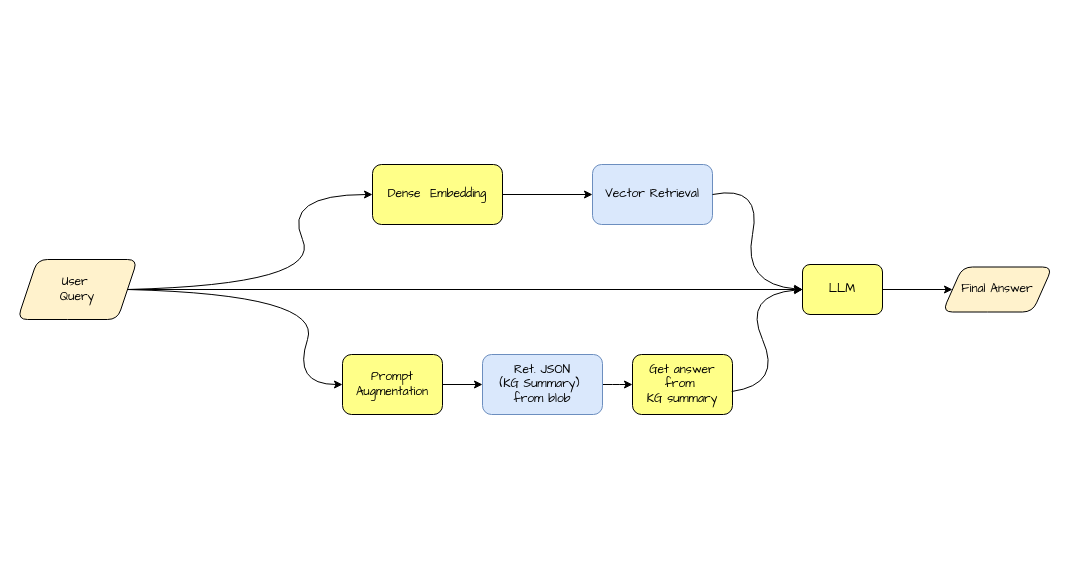
Above: page "T-mobile Fast" (6 of 11) of docs/genai_pipeline 1.drawio in snklpee/EnhancedRAG (draw.io), before the change. Source tidied: cells renumbered, new cells numbered last; positions are measured from the earlier drawing's top-left corner, leaving out a move shared by most shapes. Both pictures are drawn from the tidied source at 100%, with x=0, y=0 at pixel (17, 164).
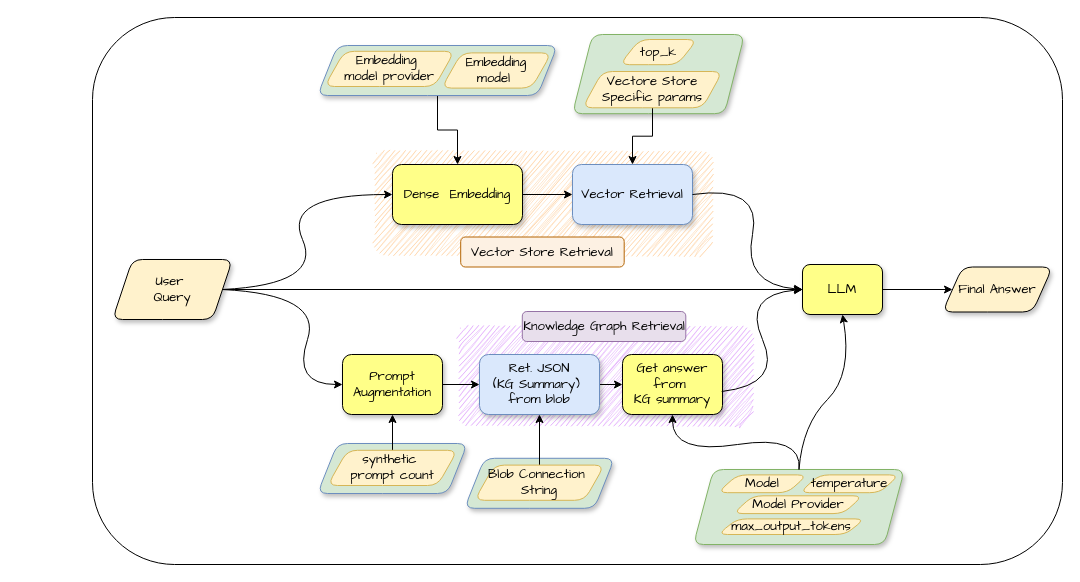
After the change.

Change to the diagram source:
```diff
@@
+    <mxCell id="19" style="rounded=1;whiteSpace=wrap;html=1;fontSize=13;" parent="1" vertex="1">
+      <mxGeometry x="75" y="-147" width="970" height="547" as="geometry" />
+    </mxCell>
+    <mxCell id="20" style="rounded=1;whiteSpace=wrap;html=1;fillColor=#ffcc99;strokeColor=none;glass=0;gradientColor=none;shadow=0;sketch=1;curveFitting=1;jiggle=2;fontSize=13;" parent="1" vertex="1">
+      <mxGeometry x="355" y="-15" width="340" height="105" as="geometry" />
+    </mxCell>
-    <mxCell id="2" value="User&amp;nbsp;&lt;div&gt;Query&lt;/div&gt;" style="shape=parallelogram;perimeter=parallelogramPerimeter;whiteSpace=wrap;html=1;fixedSize=1;fontFamily=Architects Daughter;fillColor=#FFF2CC;strokeWidth=1;rounded=1;" parent="1" vertex="1">
-      <mxGeometry y="95" width="120" height="60" as="geometry" />
+    <mxCell id="2" value="User&amp;nbsp;&lt;div&gt;Query&lt;/div&gt;" style="shape=parallelogram;perimeter=parallelogramPerimeter;whiteSpace=wrap;html=1;fixedSize=1;fontFamily=Architects Daughter;fillColor=#FFF2CC;strokeWidth=1;rounded=1;fontSize=13;shadow=1;" parent="1" vertex="1">
+      <mxGeometry x="95" y="95" width="120" height="60" as="geometry" />
     </mxCell>
-    <mxCell id="3" style="edgeStyle=orthogonalEdgeStyle;rounded=1;jettySize=auto;html=1;fontFamily=Architects Daughter;strokeWidth=1;" parent="1" edge="1" source="4" target="5">
+    <mxCell id="3" style="edgeStyle=orthogonalEdgeStyle;rounded=1;jettySize=auto;html=1;fontFamily=Architects Daughter;strokeWidth=1;fontSize=13;" parent="1" edge="1" source="4" target="5">
       <mxGeometry relative="1" as="geometry" />
     </mxCell>
-    <mxCell id="4" value="Dense&amp;nbsp;&amp;nbsp;&lt;span style=&quot;background-color: transparent; color: light-dark(rgb(0, 0, 0), rgb(255, 255, 255));&quot;&gt;Embedding&lt;/span&gt;" style="rounded=1;whiteSpace=wrap;html=1;fontFamily=Architects Daughter;fillColor=#FFFF88;strokeWidth=1;" parent="1" vertex="1">
-      <mxGeometry x="355" width="130" height="60" as="geometry" />
+    <mxCell id="4" value="Dense&amp;nbsp;&amp;nbsp;&lt;span style=&quot;background-color: transparent; color: light-dark(rgb(0, 0, 0), rgb(255, 255, 255));&quot;&gt;Embedding&lt;/span&gt;" style="rounded=1;whiteSpace=wrap;html=1;fontFamily=Architects Daughter;fillColor=#FFFF88;strokeWidth=1;fontSize=13;shadow=1;" parent="1" vertex="1">
+      <mxGeometry x="375" width="130" height="60" as="geometry" />
     </mxCell>
+    <mxCell id="21" style="rounded=1;whiteSpace=wrap;html=1;fillColor=#DC9DFB;strokeColor=none;sketch=1;curveFitting=1;jiggle=2;fontSize=13;" parent="1" vertex="1">
+      <mxGeometry x="439" y="160" width="295" height="101" as="geometry" />
+    </mxCell>
-    <mxCell id="5" value="Vector Retrieval" style="rounded=1;whiteSpace=wrap;html=1;fontFamily=Architects Daughter;fillColor=#dae8fc;strokeColor=#6c8ebf;strokeWidth=1;" parent="1" vertex="1">
-      <mxGeometry x="575" width="120" height="60" as="geometry" />
+    <mxCell id="5" value="Vector Retrieval" style="rounded=1;whiteSpace=wrap;html=1;fontFamily=Architects Daughter;fillColor=#dae8fc;strokeColor=#6c8ebf;strokeWidth=1;fontSize=13;shadow=1;" parent="1" vertex="1">
+      <mxGeometry x="555" width="120" height="60" as="geometry" />
     </mxCell>
-    <mxCell id="6" style="edgeStyle=orthogonalEdgeStyle;rounded=1;jettySize=auto;html=1;fontFamily=Architects Daughter;strokeWidth=1;" parent="1" edge="1" source="7" target="8">
+    <mxCell id="6" style="edgeStyle=orthogonalEdgeStyle;rounded=1;jettySize=auto;html=1;fontFamily=Architects Daughter;strokeWidth=1;fontSize=13;" parent="1" edge="1" source="7" target="8">
       <mxGeometry relative="1" as="geometry" />
     </mxCell>
-    <mxCell id="7" value="Ret. JSON&lt;div&gt;(KG Summary)&amp;nbsp;&lt;div&gt;from blob&lt;/div&gt;&lt;/div&gt;" style="rounded=1;whiteSpace=wrap;html=1;fontFamily=Architects Daughter;fillColor=#dae8fc;strokeColor=#6c8ebf;strokeWidth=1;" parent="1" vertex="1">
-      <mxGeometry x="465" y="190" width="120" height="60" as="geometry" />
+    <mxCell id="7" value="Ret. JSON&lt;div&gt;(KG Summary)&amp;nbsp;&lt;div&gt;from blob&lt;/div&gt;&lt;/div&gt;" style="rounded=1;whiteSpace=wrap;html=1;fontFamily=Architects Daughter;fillColor=#dae8fc;strokeColor=#6c8ebf;strokeWidth=1;fontSize=13;shadow=1;" parent="1" vertex="1">
+      <mxGeometry x="462" y="190" width="120" height="60" as="geometry" />
     </mxCell>
-    <mxCell id="8" value="Get answer from&amp;nbsp;&lt;div&gt;KG summary&lt;/div&gt;" style="rounded=1;whiteSpace=wrap;html=1;fontFamily=Architects Daughter;fillColor=#FFFF88;strokeWidth=1;" parent="1" vertex="1">
-      <mxGeometry x="615" y="190" width="100" height="60" as="geometry" />
+    <mxCell id="8" value="Get answer from&amp;nbsp;&lt;div&gt;KG summary&lt;/div&gt;" style="rounded=1;whiteSpace=wrap;html=1;fontFamily=Architects Daughter;fillColor=#FFFF88;strokeWidth=1;fontSize=13;shadow=1;" parent="1" vertex="1">
+      <mxGeometry x="605" y="190" width="100" height="60" as="geometry" />
     </mxCell>
-    <mxCell id="9" style="curved=1;endArrow=classic;html=1;rounded=1;exitX=1;exitY=0.5;exitDx=0;exitDy=0;entryX=0;entryY=0.5;entryDx=0;entryDy=0;fontFamily=Architects Daughter;strokeWidth=1;" parent="1" edge="1" source="2" target="4">
+    <mxCell id="9" style="curved=1;endArrow=classic;html=1;rounded=1;exitX=1;exitY=0.5;exitDx=0;exitDy=0;entryX=0;entryY=0.5;entryDx=0;entryDy=0;fontFamily=Architects Daughter;strokeWidth=1;fontSize=13;" parent="1" edge="1" source="2" target="4">
       <mxGeometry relative="1" as="geometry">
         <Array as="points">
           <mxPoint x="305" y="120" />
           <mxPoint x="265" y="30" />
         </Array>
       </mxGeometry>
     </mxCell>
-    <mxCell id="10" style="curved=1;endArrow=classic;html=1;rounded=1;exitX=1;exitY=0.5;exitDx=0;exitDy=0;entryX=0;entryY=0.5;entryDx=0;entryDy=0;fontFamily=Architects Daughter;strokeWidth=1;" parent="1" edge="1" source="2" target="18">
+    <mxCell id="10" style="curved=1;endArrow=classic;html=1;rounded=1;exitX=1;exitY=0.5;exitDx=0;exitDy=0;entryX=0;entryY=0.5;entryDx=0;entryDy=0;fontFamily=Architects Daughter;strokeWidth=1;fontSize=13;" parent="1" edge="1" source="2" target="18">
       <mxGeometry relative="1" as="geometry">
         <Array as="points">
           <mxPoint x="305" y="130" />
           <mxPoint x="275" y="220" />
         </Array>
       </mxGeometry>
     </mxCell>
-    <mxCell id="11" style="curved=1;endArrow=classic;html=1;rounded=1;entryX=0;entryY=0.5;entryDx=0;entryDy=0;exitX=1;exitY=0.5;exitDx=0;exitDy=0;fontFamily=Architects Daughter;strokeWidth=1;" parent="1" edge="1" source="5" target="15">
+    <mxCell id="11" style="curved=1;endArrow=classic;html=1;rounded=1;entryX=0;entryY=0.5;entryDx=0;entryDy=0;exitX=1;exitY=0.5;exitDx=0;exitDy=0;fontFamily=Architects Daughter;strokeWidth=1;fontSize=13;" parent="1" edge="1" source="5" target="15">
       <mxGeometry relative="1" as="geometry">
         <Array as="points">
           <mxPoint x="745" y="20" />
           <mxPoint x="725" y="120" />
         </Array>
       </mxGeometry>
     </mxCell>
-    <mxCell id="12" style="curved=1;endArrow=classic;html=1;rounded=1;exitX=0.992;exitY=0.617;exitDx=0;exitDy=0;exitPerimeter=0;entryX=0;entryY=0.5;entryDx=0;entryDy=0;fontFamily=Architects Daughter;strokeWidth=1;" parent="1" edge="1" source="8" target="15">
+    <mxCell id="12" style="curved=1;endArrow=classic;html=1;rounded=1;exitX=0.992;exitY=0.617;exitDx=0;exitDy=0;exitPerimeter=0;entryX=0;entryY=0.5;entryDx=0;entryDy=0;fontFamily=Architects Daughter;strokeWidth=1;fontSize=13;" parent="1" edge="1" source="8" target="15">
       <mxGeometry relative="1" as="geometry">
         <Array as="points">
           <mxPoint x="765" y="220" />
           <mxPoint x="725" y="130" />
         </Array>
       </mxGeometry>
     </mxCell>
-    <mxCell id="13" style="endArrow=classic;html=1;rounded=1;exitX=1;exitY=0.5;exitDx=0;exitDy=0;entryX=0;entryY=0.5;entryDx=0;entryDy=0;fontFamily=Architects Daughter;strokeWidth=1;" parent="1" edge="1" source="2" target="15">
+    <mxCell id="13" style="endArrow=classic;html=1;rounded=1;exitX=1;exitY=0.5;exitDx=0;exitDy=0;entryX=0;entryY=0.5;entryDx=0;entryDy=0;fontFamily=Architects Daughter;strokeWidth=1;fontSize=13;" parent="1" edge="1" source="2" target="15">
       <mxGeometry relative="1" as="geometry" />
     </mxCell>
-    <mxCell id="14" style="edgeStyle=orthogonalEdgeStyle;rounded=1;jettySize=auto;html=1;strokeWidth=1;fontFamily=Architects Daughter;" parent="1" edge="1" source="15" target="16">
+    <mxCell id="14" style="edgeStyle=orthogonalEdgeStyle;rounded=1;jettySize=auto;html=1;strokeWidth=1;fontFamily=Architects Daughter;fontSize=13;" parent="1" edge="1" source="15" target="16">
       <mxGeometry relative="1" as="geometry" />
     </mxCell>
-    <mxCell id="15" value="LLM" style="rounded=1;whiteSpace=wrap;html=1;fontFamily=Architects Daughter;fillColor=#FFFF88;strokeWidth=1;" parent="1" vertex="1">
+    <mxCell id="15" value="LLM" style="rounded=1;whiteSpace=wrap;html=1;fontFamily=Architects Daughter;fillColor=#FFFF88;strokeWidth=1;fontSize=13;shadow=1;" parent="1" vertex="1">
       <mxGeometry x="785" y="100" width="80" height="50" as="geometry" />
     </mxCell>
-    <mxCell id="16" value="Final Answer" style="shape=parallelogram;perimeter=parallelogramPerimeter;whiteSpace=wrap;html=1;fixedSize=1;fillColor=#FFF2CC;strokeWidth=1;fontFamily=Architects Daughter;rounded=1;" parent="1" vertex="1">
+    <mxCell id="16" value="Final Answer" style="shape=parallelogram;perimeter=parallelogramPerimeter;whiteSpace=wrap;html=1;fixedSize=1;fillColor=#FFF2CC;strokeWidth=1;fontFamily=Architects Daughter;rounded=1;fontSize=13;shadow=1;" parent="1" vertex="1">
       <mxGeometry x="925" y="102.5" width="110" height="45" as="geometry" />
     </mxCell>
-    <mxCell id="17" style="edgeStyle=orthogonalEdgeStyle;rounded=0;jettySize=auto;html=1;" parent="1" edge="1" source="18" target="7">
+    <mxCell id="17" style="edgeStyle=orthogonalEdgeStyle;rounded=0;jettySize=auto;html=1;fontSize=13;" parent="1" edge="1" source="18" target="7">
       <mxGeometry relative="1" as="geometry" />
     </mxCell>
-    <mxCell id="18" value="Prompt Augmentation" style="rounded=1;whiteSpace=wrap;html=1;fontFamily=Architects Daughter;fillColor=#FFFF88;strokeWidth=1;" parent="1" vertex="1">
+    <mxCell id="18" value="Prompt Augmentation" style="rounded=1;whiteSpace=wrap;html=1;fontFamily=Architects Daughter;fillColor=#FFFF88;strokeWidth=1;fontSize=13;shadow=1;" parent="1" vertex="1">
       <mxGeometry x="325" y="190" width="100" height="60" as="geometry" />
     </mxCell>
+    <mxCell id="22" style="edgeStyle=orthogonalEdgeStyle;rounded=0;jettySize=auto;html=1;fontSize=13;" parent="1" edge="1" source="23" target="4">
+      <mxGeometry relative="1" as="geometry" />
+    </mxCell>
+    <mxCell id="23" style="shape=parallelogram;perimeter=parallelogramPerimeter;whiteSpace=wrap;html=1;fixedSize=1;fillColor=#D5E8D4;strokeColor=#6c8ebf;fontFamily=Architects Daughter;fontSize=13;fontStyle=0;rounded=1;shadow=1;" parent="1" vertex="1">
+      <mxGeometry x="300" y="-119" width="240" height="50" as="geometry" />
+    </mxCell>
+    <mxCell id="24" value="Embedding&amp;nbsp;&lt;div&gt;model provider&lt;/div&gt;" style="shape=parallelogram;perimeter=parallelogramPerimeter;whiteSpace=wrap;html=1;fixedSize=1;rounded=1;fillColor=#fff2cc;strokeColor=#d6b656;fontFamily=Architects Daughter;fontSize=13;fontStyle=0;shadow=0;" parent="1" vertex="1">
+      <mxGeometry x="307" y="-113.2" width="130" height="35.2" as="geometry" />
+    </mxCell>
+    <mxCell id="25" value="Embedding&lt;div&gt;model&amp;nbsp;&lt;/div&gt;" style="shape=parallelogram;perimeter=parallelogramPerimeter;whiteSpace=wrap;html=1;fixedSize=1;rounded=1;fillColor=#fff2cc;strokeColor=#d6b656;fontFamily=Architects Daughter;fontSize=13;fontStyle=0;shadow=0;" parent="1" vertex="1">
+      <mxGeometry x="424" y="-111.6" width="110" height="35.2" as="geometry" />
+    </mxCell>
+    <mxCell id="26" style="shape=parallelogram;perimeter=parallelogramPerimeter;whiteSpace=wrap;html=1;fixedSize=1;fillColor=#d5e8d4;strokeColor=#82b366;fontFamily=Architects Daughter;fontSize=13;fontStyle=0;rounded=1;shadow=1;" parent="1" vertex="1">
+      <mxGeometry x="555" y="-130" width="172" height="79.2" as="geometry" />
+    </mxCell>
+    <mxCell id="27" value="top_k" style="shape=parallelogram;perimeter=parallelogramPerimeter;whiteSpace=wrap;html=1;fixedSize=1;rounded=1;fillColor=#fff2cc;strokeColor=#d6b656;fontFamily=Architects Daughter;fontSize=13;fontStyle=0;shadow=0;" parent="1" vertex="1">
+      <mxGeometry x="602.2" y="-125" width="77.6" height="25.2" as="geometry" />
+    </mxCell>
+    <mxCell id="28" style="edgeStyle=orthogonalEdgeStyle;rounded=0;jettySize=auto;html=1;fontSize=13;" parent="1" edge="1" source="29" target="5">
+      <mxGeometry relative="1" as="geometry" />
+    </mxCell>
+    <mxCell id="29" value="Vectore Store&lt;div&gt;Specific params&lt;/div&gt;" style="shape=parallelogram;perimeter=parallelogramPerimeter;whiteSpace=wrap;html=1;fixedSize=1;rounded=1;fillColor=#fff2cc;strokeColor=#d6b656;fontFamily=Architects Daughter;fontSize=13;fontStyle=0;shadow=0;" parent="1" vertex="1">
+      <mxGeometry x="565" y="-93" width="140" height="36.3" as="geometry" />
+    </mxCell>
+    <mxCell id="30" style="shape=parallelogram;perimeter=parallelogramPerimeter;whiteSpace=wrap;html=1;fixedSize=1;fillColor=#D5E8D4;strokeColor=#6c8ebf;fontFamily=Architects Daughter;fontSize=13;fontStyle=0;rounded=1;shadow=1;" parent="1" vertex="1">
+      <mxGeometry x="300" y="279" width="150" height="50" as="geometry" />
+    </mxCell>
+    <mxCell id="31" style="edgeStyle=orthogonalEdgeStyle;rounded=0;jettySize=auto;html=1;fontSize=13;" parent="1" edge="1" source="32" target="18">
+      <mxGeometry relative="1" as="geometry" />
+    </mxCell>
+    <mxCell id="32" value="synthetic&amp;nbsp;&lt;div&gt;prompt count&lt;/div&gt;" style="shape=parallelogram;perimeter=parallelogramPerimeter;whiteSpace=wrap;html=1;fixedSize=1;rounded=1;fillColor=#fff2cc;strokeColor=#d6b656;fontFamily=Architects Daughter;fontSize=13;fontStyle=0;shadow=0;" parent="1" vertex="1">
+      <mxGeometry x="310" y="285.8" width="130" height="35.2" as="geometry" />
+    </mxCell>
+    <mxCell id="33" style="shape=parallelogram;perimeter=parallelogramPerimeter;whiteSpace=wrap;html=1;fixedSize=1;fillColor=#D5E8D4;strokeColor=#6c8ebf;fontFamily=Architects Daughter;fontSize=13;fontStyle=0;rounded=1;shadow=1;" parent="1" vertex="1">
+      <mxGeometry x="447" y="293.8" width="150" height="50" as="geometry" />
+    </mxCell>
+    <mxCell id="34" style="edgeStyle=orthogonalEdgeStyle;rounded=0;jettySize=auto;html=1;fontSize=13;" parent="1" edge="1" source="35" target="7">
+      <mxGeometry relative="1" as="geometry" />
+    </mxCell>
+    <mxCell id="35" value="&lt;span&gt;Blob Connection&amp;nbsp;&lt;/span&gt;&lt;div&gt;&lt;span&gt;String&lt;/span&gt;&lt;/div&gt;" style="shape=parallelogram;perimeter=parallelogramPerimeter;whiteSpace=wrap;html=1;fixedSize=1;rounded=1;fillColor=#fff2cc;strokeColor=#d6b656;fontFamily=Architects Daughter;fontSize=13;fontStyle=0;shadow=0;" parent="1" vertex="1">
+      <mxGeometry x="457" y="300.6" width="130" height="35.2" as="geometry" />
+    </mxCell>
+    <mxCell id="36" style="shape=parallelogram;perimeter=parallelogramPerimeter;whiteSpace=wrap;html=1;fixedSize=1;fillColor=#d5e8d4;strokeColor=#82b366;fontFamily=Architects Daughter;fontSize=13;fontStyle=0;rounded=1;shadow=1;" parent="1" vertex="1">
+      <mxGeometry x="676" y="305" width="211" height="75" as="geometry" />
+    </mxCell>
+    <mxCell id="37" value="max_output_tokens" style="shape=parallelogram;perimeter=parallelogramPerimeter;whiteSpace=wrap;html=1;fixedSize=1;rounded=1;fillColor=#fff2cc;strokeColor=#d6b656;fontFamily=Architects Daughter;fontSize=13;fontStyle=0;shadow=0;" parent="1" vertex="1">
+      <mxGeometry x="700" y="354.4" width="147.6" height="15.6" as="geometry" />
+    </mxCell>
+    <mxCell id="38" value="temperature" style="shape=parallelogram;perimeter=parallelogramPerimeter;whiteSpace=wrap;html=1;fixedSize=1;rounded=1;fillColor=#fff2cc;strokeColor=#d6b656;fontFamily=Architects Daughter;fontSize=13;fontStyle=0;shadow=0;" parent="1" vertex="1">
+      <mxGeometry x="782" y="310.4" width="100" height="17.8" as="geometry" />
+    </mxCell>
+    <mxCell id="39" value="Model" style="shape=parallelogram;perimeter=parallelogramPerimeter;whiteSpace=wrap;html=1;fixedSize=1;rounded=1;fillColor=#fff2cc;strokeColor=#d6b656;fontFamily=Architects Daughter;fontSize=13;fontStyle=0;shadow=0;" parent="1" vertex="1">
+      <mxGeometry x="700" y="310.4" width="90" height="17.8" as="geometry" />
+    </mxCell>
+    <mxCell id="40" value="Model Provider" style="shape=parallelogram;perimeter=parallelogramPerimeter;whiteSpace=wrap;html=1;fixedSize=1;rounded=1;fillColor=#fff2cc;strokeColor=#d6b656;fontFamily=Architects Daughter;fontSize=13;fontStyle=0;shadow=0;" parent="1" vertex="1">
+      <mxGeometry x="715.5" y="331.3" width="130" height="17.8" as="geometry" />
+    </mxCell>
+    <mxCell id="41" style="curved=1;endArrow=classic;html=1;rounded=0;exitX=0.5;exitY=0;exitDx=0;exitDy=0;entryX=0.5;entryY=1;entryDx=0;entryDy=0;fontSize=13;" parent="1" edge="1" source="36" target="8">
+      <mxGeometry relative="1" as="geometry">
+        <Array as="points">
+          <mxPoint x="785" y="270" />
+          <mxPoint x="655" y="290" />
+        </Array>
+      </mxGeometry>
+    </mxCell>
+    <mxCell id="42" style="curved=1;endArrow=classic;html=1;rounded=0;entryX=0.5;entryY=1;entryDx=0;entryDy=0;fontSize=13;exitX=0.5;exitY=0;exitDx=0;exitDy=0;" parent="1" edge="1" source="36" target="15">
+      <mxGeometry relative="1" as="geometry">
+        <Array as="points">
+          <mxPoint x="785" y="260" />
+          <mxPoint x="835" y="210" />
+        </Array>
+      </mxGeometry>
+    </mxCell>
+    <mxCell id="43" value="Knowledge Graph Retrieval" style="text;html=1;align=center;verticalAlign=middle;whiteSpace=wrap;rounded=1;fillColor=light-dark(#e8dfec, #392f3f);strokeColor=#9673a6;fontFamily=Architects Daughter;fontSize=13;" parent="1" vertex="1">
+      <mxGeometry x="504.8" y="147" width="163.5" height="30" as="geometry" />
+    </mxCell>
+    <mxCell id="44" value="Vector Store Retrieval" style="text;html=1;align=center;verticalAlign=middle;whiteSpace=wrap;rounded=1;fillColor=light-dark(#fdf1e3, #4b2d08);strokeColor=#b46504;fontFamily=Architects Daughter;fontSize=13;" parent="1" vertex="1">
+      <mxGeometry x="443.2" y="72.5" width="163.5" height="30" as="geometry" />
+    </mxCell>
```
